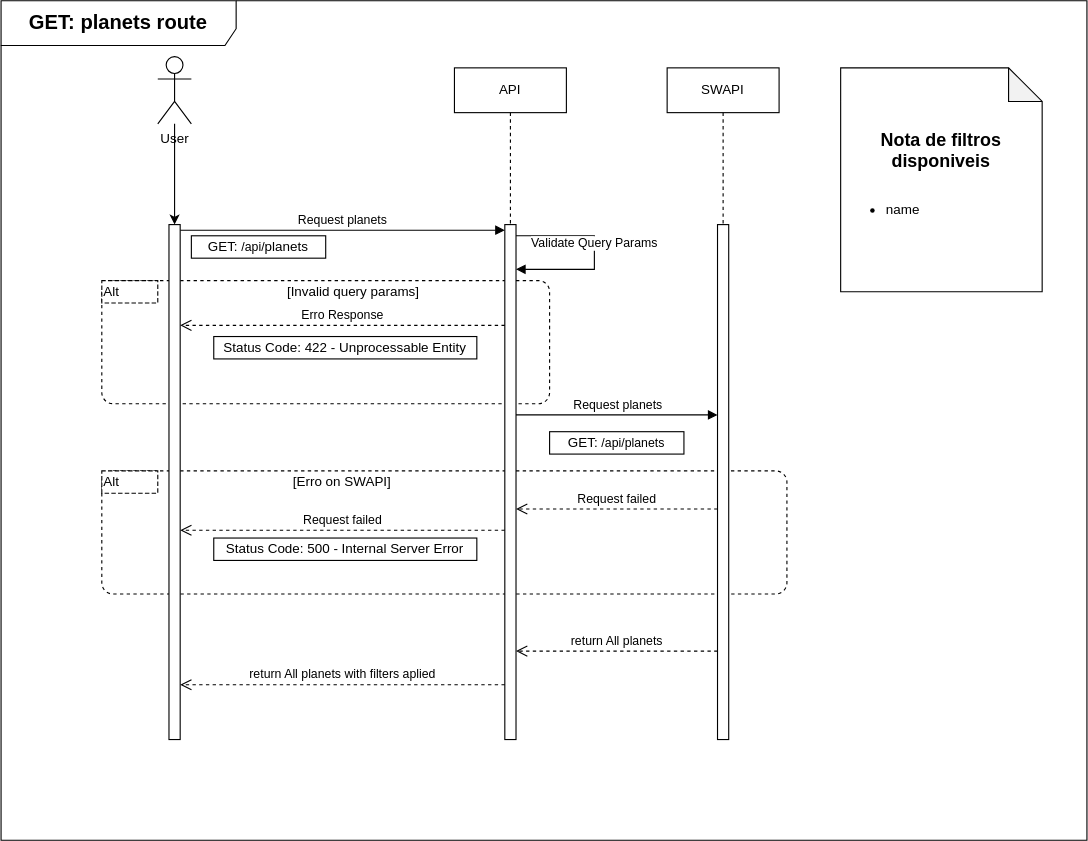
This is docs/diagrams/Diagrama de rotas planets.svg from KhovetS2/starwars-api, a draw.io export, as it was before one commit. Source tidied: cells renumbered, new cells last; positions are measured from the earlier drawing's top-left corner, leaving out a move shared by most shapes.
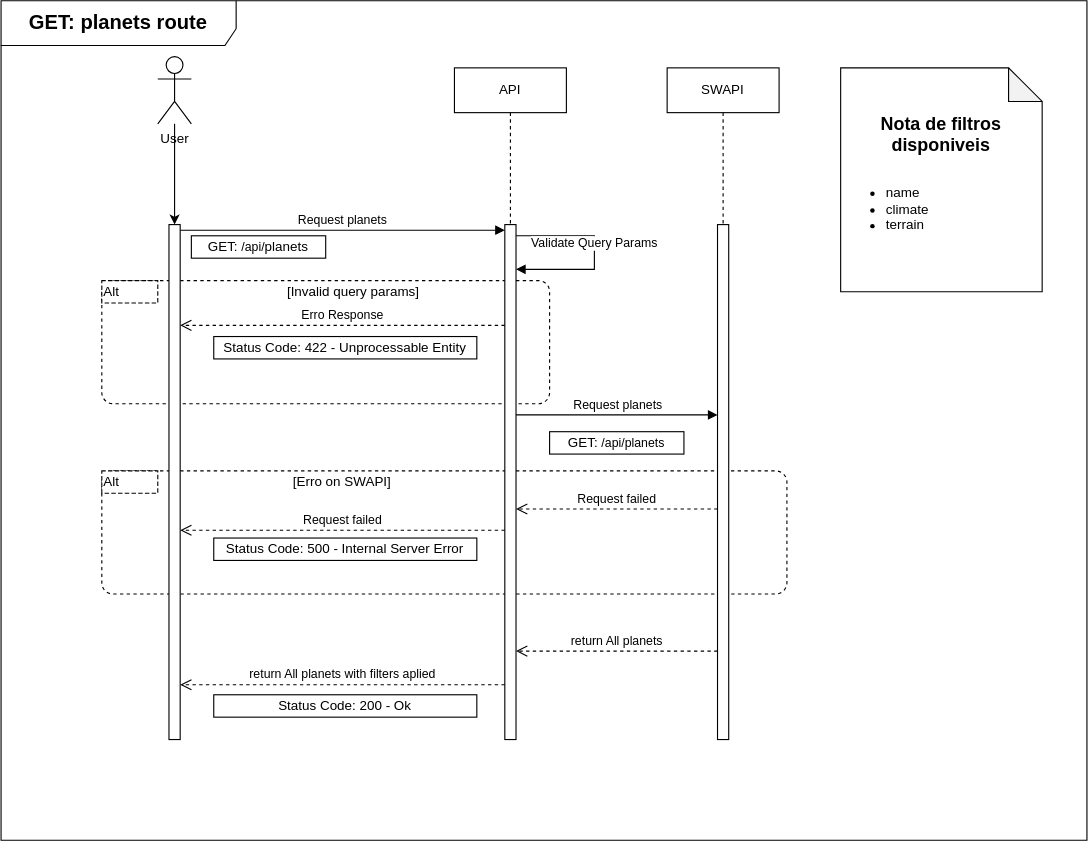
The same file after the commit.

Diff of the diagram source:
```diff
@@ -79,7 +79,7 @@
     <mxCell id="22" value="[Erro on SWAPI]" style="text;html=1;whiteSpace=wrap;strokeColor=none;fillColor=none;align=center;verticalAlign=middle;rounded=0;" parent="1" vertex="1">
       <mxGeometry x="260" y="420" width="90" height="20" as="geometry" />
     </mxCell>
-    <mxCell id="23" value="&lt;font style=&quot;font-size: 16px;&quot;&gt;&lt;b&gt;Nota de filtros disponiveis&lt;/b&gt;&lt;/font&gt;&lt;div&gt;&lt;br&gt;&lt;/div&gt;&lt;div&gt;&lt;ul&gt;&lt;li style=&quot;text-align: left;&quot;&gt;name&lt;/li&gt;&lt;/ul&gt;&lt;/div&gt;" style="shape=note;whiteSpace=wrap;html=1;backgroundOutline=1;darkOpacity=0.05;" parent="1" vertex="1">
+    <mxCell id="23" value="&lt;font style=&quot;font-size: 16px;&quot;&gt;&lt;b&gt;Nota de filtros disponiveis&lt;/b&gt;&lt;/font&gt;&lt;div&gt;&lt;br&gt;&lt;/div&gt;&lt;div&gt;&lt;ul&gt;&lt;li style=&quot;text-align: left;&quot;&gt;name&lt;/li&gt;&lt;li style=&quot;text-align: left;&quot;&gt;climate&lt;/li&gt;&lt;li style=&quot;text-align: left;&quot;&gt;terrain&lt;/li&gt;&lt;/ul&gt;&lt;/div&gt;" style="shape=note;whiteSpace=wrap;html=1;backgroundOutline=1;darkOpacity=0.05;" parent="1" vertex="1">
       <mxGeometry x="750" y="60" width="180" height="200" as="geometry" />
     </mxCell>
     <mxCell id="24" value="&lt;b&gt;&lt;font style=&quot;font-size: 18px;&quot;&gt;GET:&amp;nbsp;&lt;/font&gt;&lt;font style=&quot;font-size: 18px;&quot;&gt;planets&lt;/font&gt;&lt;font style=&quot;font-size: 18px;&quot;&gt;&amp;nbsp;route&lt;/font&gt;&lt;/b&gt;" style="shape=umlFrame;whiteSpace=wrap;html=1;width=210;height=40;" parent="1" vertex="1">
@@ -113,5 +113,8 @@
         <mxPoint x="160" y="290" as="targetPoint" />
       </mxGeometry>
     </mxCell>
+    <mxCell id="29" value="Status Code: 200 - Ok" style="rounded=0;whiteSpace=wrap;html=1;" parent="1" vertex="1">
+      <mxGeometry x="190" y="620" width="235" height="20" as="geometry" />
+    </mxCell>
   </root>
 </mxGraphModel>
```
